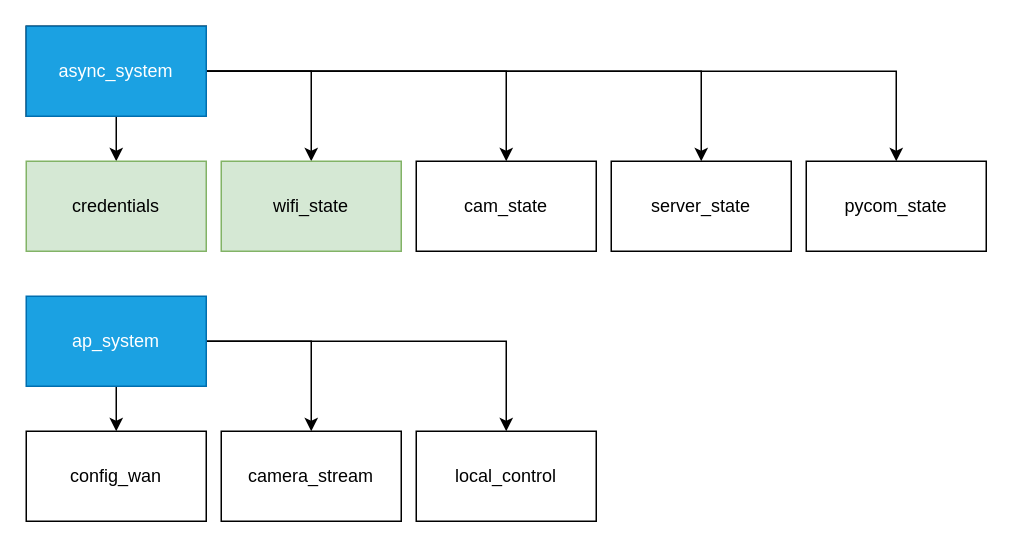
The draw.io diagram design_files/asmon2021.drawio in marsex/workbench, before the edit. Source tidied: cells renumbered, new cells numbered last; positions are measured from the earlier drawing's top-left corner, leaving out a move shared by most shapes. Both pictures are drawn from the tidied source at 150%, with x=0, y=0 at pixel (26, 26).
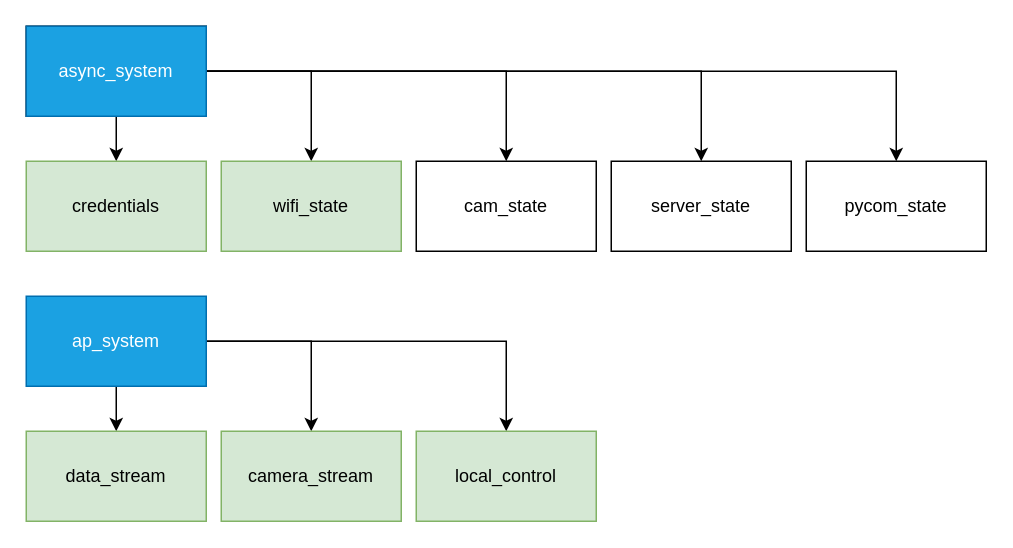
The same diagram, later.

Change to the diagram source:
```diff
@@
-    <mxCell id="15" value="config_wan" style="rounded=0;whiteSpace=wrap;html=1;" parent="1" vertex="1">
+    <mxCell id="15" value="data_stream" style="rounded=0;whiteSpace=wrap;html=1;fillColor=#d5e8d4;strokeColor=#82b366;" parent="1" vertex="1">
       <mxGeometry y="270" width="120" height="60" as="geometry" />
     </mxCell>
-    <mxCell id="16" value="camera_stream" style="rounded=0;whiteSpace=wrap;html=1;" parent="1" vertex="1">
+    <mxCell id="16" value="camera_stream" style="rounded=0;whiteSpace=wrap;html=1;fillColor=#d5e8d4;strokeColor=#82b366;" parent="1" vertex="1">
       <mxGeometry x="130" y="270" width="120" height="60" as="geometry" />
     </mxCell>
-    <mxCell id="17" value="local_control" style="rounded=0;whiteSpace=wrap;html=1;" parent="1" vertex="1">
+    <mxCell id="17" value="local_control" style="rounded=0;whiteSpace=wrap;html=1;fillColor=#d5e8d4;strokeColor=#82b366;" parent="1" vertex="1">
       <mxGeometry x="260" y="270" width="120" height="60" as="geometry" />
     </mxCell>
```
